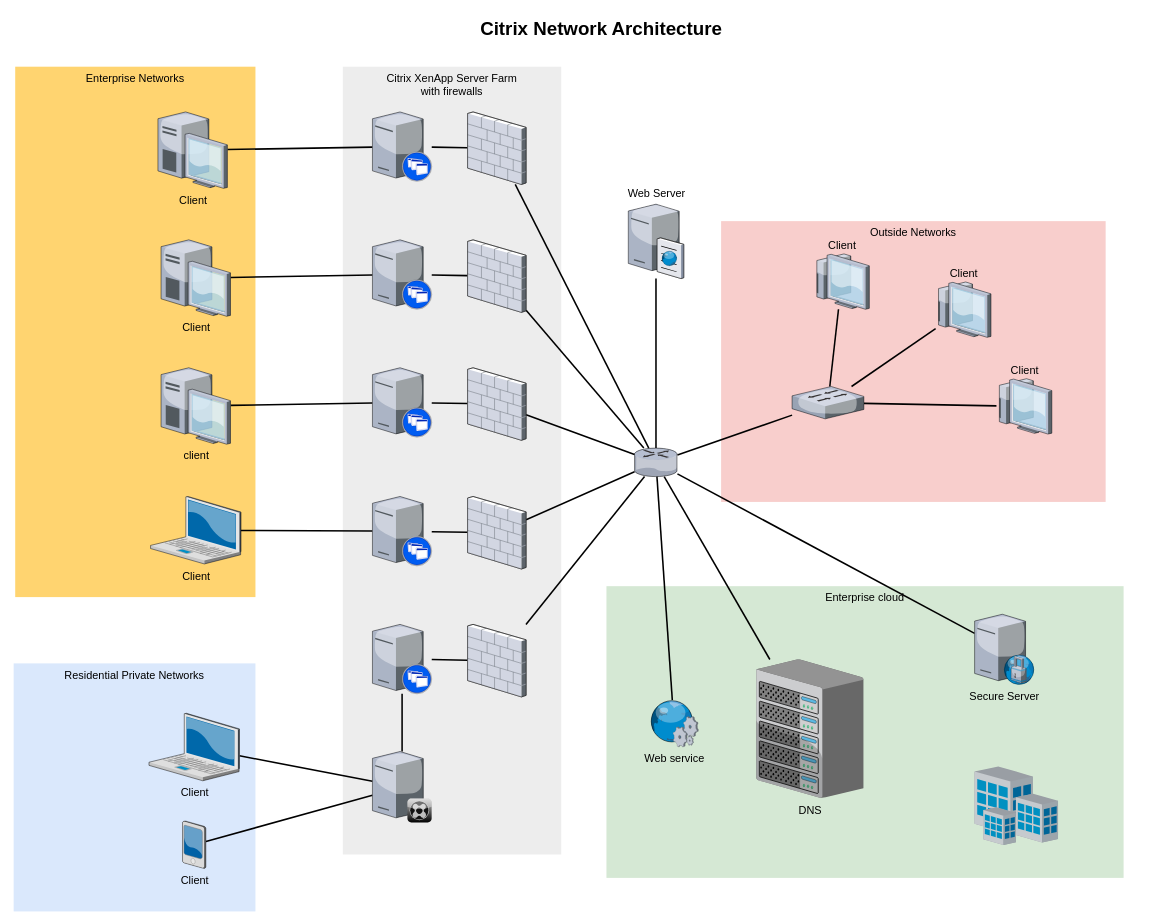
This is Diagrama sem Interatividades.drawio from eloyx3x/Diagramas, a draw.io file, before an edit. Source tidied: cells renumbered, new cells numbered last; positions are measured from the earlier drawing's top-left corner, leaving out a move shared by most shapes. Both pictures are drawn from the tidied source at 78%, with x=0, y=0 at pixel (13, 13).
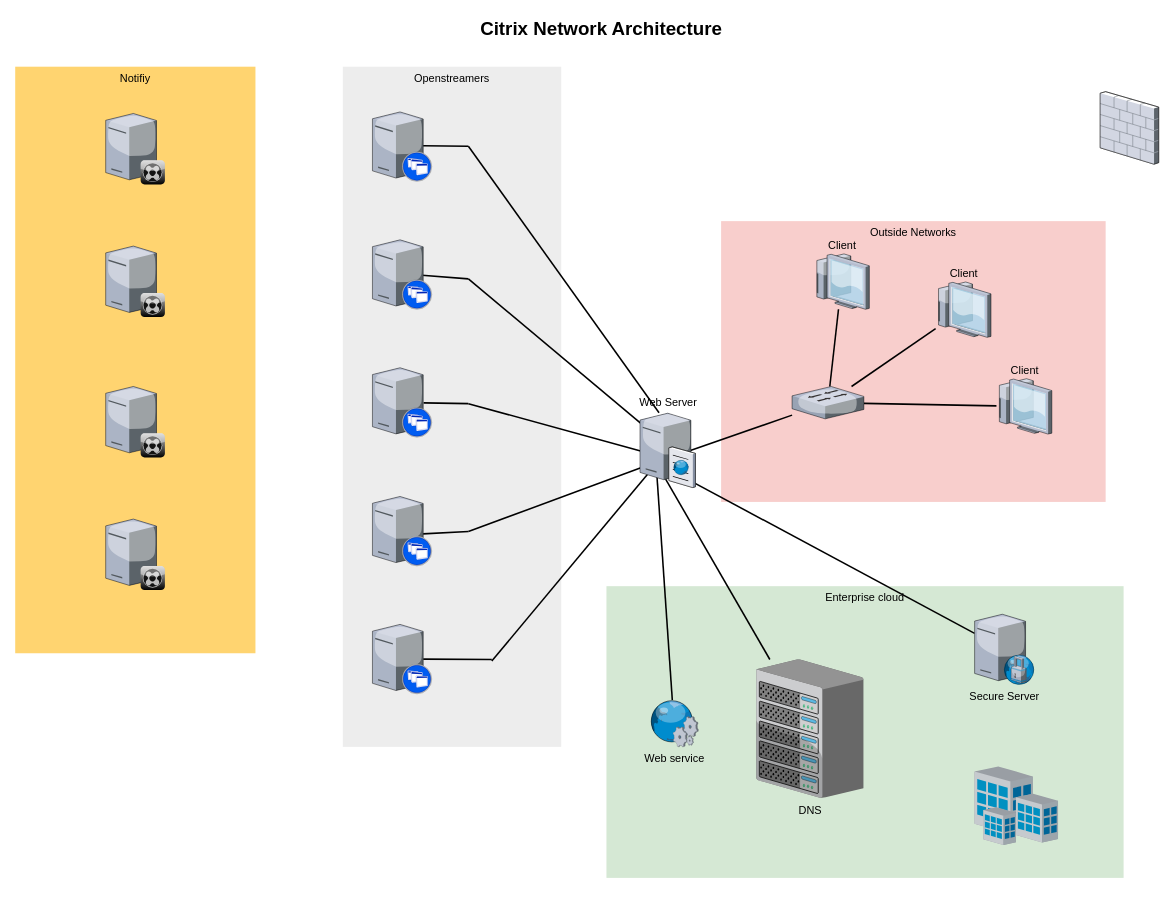
The same diagram, later.

The change refers to these unchanged cells:
```xml
<mxCell id="20" style="verticalLabelPosition=bottom;html=1;verticalAlign=top;strokeColor=none;shape=mxgraph.citrix.xenapp_server;fillColor=#66B2FF;gradientColor=#0066CC;fontSize=14;" parent="1" vertex="1">
  <mxGeometry x="460" y="783" width="76" height="89" as="geometry" />
</mxCell>
<mxCell id="22" style="verticalLabelPosition=bottom;html=1;verticalAlign=top;strokeColor=none;shape=mxgraph.citrix.xenapp_server;fillColor=#66B2FF;gradientColor=#0066CC;fontSize=14;" parent="1" vertex="1">
  <mxGeometry x="460" y="619" width="76" height="89" as="geometry" />
</mxCell>
<mxCell id="24" style="verticalLabelPosition=bottom;html=1;verticalAlign=top;strokeColor=none;shape=mxgraph.citrix.xenapp_server;fillColor=#66B2FF;gradientColor=#0066CC;fontSize=14;" parent="1" vertex="1">
  <mxGeometry x="460" y="454" width="76" height="89" as="geometry" />
</mxCell>
<mxCell id="26" style="verticalLabelPosition=bottom;html=1;verticalAlign=top;strokeColor=none;shape=mxgraph.citrix.xenapp_server;fillColor=#66B2FF;gradientColor=#0066CC;fontSize=14;" parent="1" vertex="1">
  <mxGeometry x="460" y="290" width="76" height="89" as="geometry" />
</mxCell>
<mxCell id="28" style="verticalLabelPosition=bottom;html=1;verticalAlign=top;strokeColor=none;shape=mxgraph.citrix.xenapp_server;fillColor=#66B2FF;gradientColor=#0066CC;fontSize=14;" parent="1" vertex="1">
  <mxGeometry x="460" y="126" width="76" height="89" as="geometry" />
</mxCell>
<mxCell id="37" value="DNS" style="verticalLabelPosition=bottom;html=1;verticalAlign=top;strokeColor=none;shape=mxgraph.citrix.chassis;fillColor=#66B2FF;gradientColor=#0066CC;fontSize=14;" parent="1" vertex="1">
  <mxGeometry x="952" y="828" width="137.5" height="177.5" as="geometry" />
</mxCell>
<mxCell id="48" value="Secure Server" style="verticalLabelPosition=bottom;html=1;verticalAlign=top;strokeColor=none;shape=mxgraph.citrix.proxy_server;fillColor=#66B2FF;gradientColor=#0066CC;fontSize=14;" parent="1" vertex="1">
  <mxGeometry x="1232" y="770" width="76.5" height="90" as="geometry" />
</mxCell>
<mxCell id="52" style="verticalLabelPosition=bottom;html=1;verticalAlign=top;strokeColor=none;shape=mxgraph.citrix.switch;fillColor=#66B2FF;gradientColor=#0066CC;fontSize=14;" parent="1" vertex="1">
  <mxGeometry x="998" y="478" width="92" height="41.5" as="geometry" />
</mxCell>
<mxCell id="57" value="Web service" style="verticalLabelPosition=bottom;html=1;verticalAlign=top;strokeColor=none;shape=mxgraph.citrix.web_service;fillColor=#66B2FF;gradientColor=#0066CC;fontSize=14;" parent="1" vertex="1">
  <mxGeometry x="815" y="880" width="63" height="60" as="geometry" />
</mxCell>
```

Change to the diagram source:
```diff
@@
-    <mxCell id="4" value="Citrix XenApp Server Farm&lt;div&gt;with firewalls&lt;/div&gt;" style="whiteSpace=wrap;html=1;fillColor=#EDEDED;fontSize=14;strokeColor=none;verticalAlign=top;" parent="1" vertex="1">
-      <mxGeometry x="422" y="68" width="280" height="1010" as="geometry" />
+    <mxCell id="4" value="Openstreamers" style="whiteSpace=wrap;html=1;fillColor=#EDEDED;fontSize=14;strokeColor=none;verticalAlign=top;" parent="1" vertex="1">
+      <mxGeometry x="422" y="68" width="280" height="872" as="geometry" />
     </mxCell>
-    <mxCell id="5" value="Residential Private Networks" style="whiteSpace=wrap;html=1;fillColor=#dae8fc;fontSize=14;strokeColor=none;verticalAlign=top;" parent="1" vertex="1">
-      <mxGeometry y="833" width="310" height="318" as="geometry" />
-    </mxCell>
-    <mxCell id="6" value="Enterprise Networks" style="whiteSpace=wrap;html=1;fillColor=#FFD470;gradientColor=none;fontSize=14;strokeColor=none;verticalAlign=top;" parent="1" vertex="1">
-      <mxGeometry x="2" y="68" width="308" height="680" as="geometry" />
+    <mxCell id="6" value="Notifiy" style="whiteSpace=wrap;html=1;fillColor=#FFD470;gradientColor=none;fontSize=14;strokeColor=none;verticalAlign=top;" parent="1" vertex="1">
+      <mxGeometry x="2" y="68" width="308" height="752" as="geometry" />
     </mxCell>
-    <mxCell id="7" style="edgeStyle=none;rounded=0;html=1;startSize=10;endSize=10;jettySize=auto;fontSize=14;endArrow=none;endFill=0;strokeWidth=2;" parent="1" edge="1" source="8" target="35">
-      <mxGeometry relative="1" as="geometry" />
-    </mxCell>
-    <mxCell id="8" value="Client" style="verticalLabelPosition=bottom;html=1;verticalAlign=top;strokeColor=none;shape=mxgraph.citrix.laptop_2;fillColor=#66B2FF;gradientColor=#0066CC;fontSize=14;" parent="1" vertex="1">
-      <mxGeometry x="173.5" y="897" width="116" height="86.5" as="geometry" />
-    </mxCell>
-    <mxCell id="9" style="edgeStyle=none;rounded=0;html=1;startSize=10;endSize=10;jettySize=auto;fontSize=14;endArrow=none;endFill=0;strokeWidth=2;" parent="1" edge="1" source="10" target="22">
-      <mxGeometry relative="1" as="geometry" />
-    </mxCell>
-    <mxCell id="10" value="Client" style="verticalLabelPosition=bottom;html=1;verticalAlign=top;strokeColor=none;shape=mxgraph.citrix.laptop_2;fillColor=#66B2FF;gradientColor=#0066CC;fontSize=14;" parent="1" vertex="1">
-      <mxGeometry x="175.5" y="619" width="116" height="86.5" as="geometry" />
-    </mxCell>
-    <mxCell id="11" style="edgeStyle=none;rounded=0;html=1;startSize=10;endSize=10;jettySize=auto;fontSize=14;endArrow=none;endFill=0;strokeWidth=2;" parent="1" edge="1" source="12" target="24">
-      <mxGeometry relative="1" as="geometry" />
-    </mxCell>
-    <mxCell id="12" value="client" style="verticalLabelPosition=bottom;html=1;verticalAlign=top;strokeColor=none;shape=mxgraph.citrix.desktop;fillColor=#66B2FF;gradientColor=#0066CC;fontSize=14;" parent="1" vertex="1">
-      <mxGeometry x="189" y="454" width="89" height="98" as="geometry" />
-    </mxCell>
-    <mxCell id="13" style="edgeStyle=none;rounded=0;html=1;startSize=10;endSize=10;jettySize=auto;fontSize=14;endArrow=none;endFill=0;strokeWidth=2;" parent="1" edge="1" source="14" target="26">
-      <mxGeometry relative="1" as="geometry" />
-    </mxCell>
-    <mxCell id="14" value="Client" style="verticalLabelPosition=bottom;html=1;verticalAlign=top;strokeColor=none;shape=mxgraph.citrix.desktop;fillColor=#66B2FF;gradientColor=#0066CC;fontSize=14;" parent="1" vertex="1">
-      <mxGeometry x="189" y="290" width="89" height="98" as="geometry" />
-    </mxCell>
-    <mxCell id="15" style="edgeStyle=none;rounded=0;html=1;startSize=10;endSize=10;jettySize=auto;fontSize=14;endArrow=none;endFill=0;strokeWidth=2;" parent="1" edge="1" source="16" target="28">
-      <mxGeometry relative="1" as="geometry" />
-    </mxCell>
-    <mxCell id="16" value="Client" style="verticalLabelPosition=bottom;html=1;verticalAlign=top;strokeColor=none;shape=mxgraph.citrix.desktop;fillColor=#66B2FF;gradientColor=#0066CC;fontSize=14;" parent="1" vertex="1">
-      <mxGeometry x="185" y="126" width="89" height="98" as="geometry" />
-    </mxCell>
-    <mxCell id="17" style="edgeStyle=none;rounded=0;html=1;startSize=10;endSize=10;jettySize=auto;fontSize=14;endArrow=none;endFill=0;strokeWidth=2;" parent="1" edge="1" source="18" target="35">
-      <mxGeometry relative="1" as="geometry" />
-    </mxCell>
-    <mxCell id="18" value="Client" style="verticalLabelPosition=bottom;html=1;verticalAlign=top;strokeColor=none;shape=mxgraph.citrix.pda;fillColor=#66B2FF;gradientColor=#0066CC;fontSize=14;" parent="1" vertex="1">
-      <mxGeometry x="216.5" y="1035" width="30" height="61" as="geometry" />
-    </mxCell>
-    <mxCell id="19" style="edgeStyle=none;rounded=0;html=1;startSize=10;endSize=10;jettySize=auto;fontSize=14;endArrow=none;endFill=0;strokeWidth=2;" parent="1" edge="1" source="20" target="47">
-      <mxGeometry relative="1" as="geometry" />
+    <mxCell id="19" style="edgeStyle=none;rounded=0;html=1;startSize=10;endSize=10;jettySize=auto;fontSize=14;endArrow=none;endFill=0;strokeWidth=2;exitX=0.855;exitY=0.5;exitDx=0;exitDy=0;exitPerimeter=0;" parent="1" edge="1" source="20">
+      <mxGeometry relative="1" as="geometry">
+        <mxPoint x="613" y="828" as="targetPoint" />
+        <Array as="points">
+          <mxPoint x="613" y="828" />
+        </Array>
+      </mxGeometry>
     </mxCell>
@@
-    <mxCell id="21" style="edgeStyle=none;rounded=0;html=1;startSize=10;endSize=10;jettySize=auto;fontSize=14;endArrow=none;endFill=0;strokeWidth=2;" parent="1" edge="1" source="22" target="45">
-      <mxGeometry relative="1" as="geometry" />
+    <mxCell id="21" style="edgeStyle=none;rounded=0;html=1;startSize=10;endSize=10;jettySize=auto;fontSize=14;endArrow=none;endFill=0;strokeWidth=2;exitX=0.849;exitY=0.539;exitDx=0;exitDy=0;exitPerimeter=0;" parent="1" edge="1" source="22">
+      <mxGeometry relative="1" as="geometry">
+        <mxPoint x="583" y="664" as="targetPoint" />
+      </mxGeometry>
     </mxCell>
@@
-    <mxCell id="23" style="edgeStyle=none;rounded=0;html=1;startSize=10;endSize=10;jettySize=auto;fontSize=14;endArrow=none;endFill=0;strokeWidth=2;" parent="1" edge="1" source="24" target="43">
-      <mxGeometry relative="1" as="geometry" />
+    <mxCell id="23" style="edgeStyle=none;rounded=0;html=1;startSize=10;endSize=10;jettySize=auto;fontSize=14;endArrow=none;endFill=0;strokeWidth=2;exitX=0.862;exitY=0.506;exitDx=0;exitDy=0;exitPerimeter=0;" parent="1" edge="1" source="24">
+      <mxGeometry relative="1" as="geometry">
+        <mxPoint x="583" y="500" as="targetPoint" />
+      </mxGeometry>
     </mxCell>
@@
-    <mxCell id="25" style="edgeStyle=none;rounded=0;html=1;startSize=10;endSize=10;jettySize=auto;fontSize=14;endArrow=none;endFill=0;strokeWidth=2;" parent="1" edge="1" source="26" target="41">
-      <mxGeometry relative="1" as="geometry" />
+    <mxCell id="25" style="edgeStyle=none;rounded=0;html=1;startSize=10;endSize=10;jettySize=auto;fontSize=14;endArrow=none;endFill=0;strokeWidth=2;exitX=0.836;exitY=0.511;exitDx=0;exitDy=0;exitPerimeter=0;" parent="1" edge="1" source="26">
+      <mxGeometry relative="1" as="geometry">
+        <mxPoint x="583" y="340" as="targetPoint" />
+      </mxGeometry>
     </mxCell>
@@
-    <mxCell id="27" style="edgeStyle=none;rounded=0;html=1;startSize=10;endSize=10;jettySize=auto;fontSize=14;endArrow=none;endFill=0;strokeWidth=2;" parent="1" edge="1" source="28" target="39">
-      <mxGeometry relative="1" as="geometry" />
+    <mxCell id="27" style="edgeStyle=none;rounded=0;html=1;startSize=10;endSize=10;jettySize=auto;fontSize=14;endArrow=none;endFill=0;strokeWidth=2;exitX=0.846;exitY=0.486;exitDx=0;exitDy=0;exitPerimeter=0;" parent="1" edge="1" source="28">
+      <mxGeometry relative="1" as="geometry">
+        <mxPoint x="583" y="170" as="targetPoint" />
+      </mxGeometry>
     </mxCell>
@@
-    <mxCell id="29" style="edgeStyle=none;rounded=0;html=1;startSize=10;endSize=10;jettySize=auto;fontSize=14;endArrow=none;endFill=0;strokeWidth=2;" parent="1" edge="1" source="33" target="37">
-      <mxGeometry relative="1" as="geometry" />
+    <mxCell id="29" style="edgeStyle=none;rounded=0;html=1;startSize=10;endSize=10;jettySize=auto;fontSize=14;endArrow=none;endFill=0;strokeWidth=2;" parent="1" edge="1" target="37">
+      <mxGeometry relative="1" as="geometry">
+        <mxPoint x="834" y="593.5" as="sourcePoint" />
+      </mxGeometry>
     </mxCell>
-    <mxCell id="30" style="edgeStyle=none;rounded=0;html=1;startSize=10;endSize=10;jettySize=auto;fontSize=14;endArrow=none;endFill=0;strokeWidth=2;" parent="1" edge="1" source="33" target="36">
-      <mxGeometry relative="1" as="geometry" />
+    <mxCell id="30" style="edgeStyle=none;rounded=0;html=1;startSize=10;endSize=10;jettySize=auto;fontSize=14;endArrow=none;endFill=0;strokeWidth=2;" parent="1" edge="1" target="36">
+      <mxGeometry relative="1" as="geometry">
+        <mxPoint x="823.5" y="557" as="sourcePoint" />
+      </mxGeometry>
     </mxCell>
-    <mxCell id="31" style="edgeStyle=none;rounded=0;html=1;startSize=10;endSize=10;jettySize=auto;fontSize=14;endArrow=none;endFill=0;strokeWidth=2;" parent="1" edge="1" source="33" target="52">
-      <mxGeometry relative="1" as="geometry" />
+    <mxCell id="31" style="edgeStyle=none;rounded=0;html=1;startSize=10;endSize=10;jettySize=auto;fontSize=14;endArrow=none;endFill=0;strokeWidth=2;" parent="1" edge="1" target="52">
+      <mxGeometry relative="1" as="geometry">
+        <mxPoint x="851" y="565.7" as="sourcePoint" />
+      </mxGeometry>
     </mxCell>
-    <mxCell id="32" style="edgeStyle=none;rounded=0;html=1;startSize=10;endSize=10;jettySize=auto;fontSize=14;endArrow=none;endFill=0;strokeWidth=2;" parent="1" edge="1" source="33" target="48">
-      <mxGeometry relative="1" as="geometry" />
+    <mxCell id="32" style="edgeStyle=none;rounded=0;html=1;startSize=10;endSize=10;jettySize=auto;fontSize=14;endArrow=none;endFill=0;strokeWidth=2;" parent="1" edge="1" target="48">
+      <mxGeometry relative="1" as="geometry">
+        <mxPoint x="851" y="590" as="sourcePoint" />
+      </mxGeometry>
     </mxCell>
-    <mxCell id="33" style="verticalLabelPosition=bottom;html=1;verticalAlign=top;strokeColor=none;shape=mxgraph.citrix.router;fillColor=#66B2FF;gradientColor=#0066CC;fontSize=14;" parent="1" vertex="1">
-      <mxGeometry x="796" y="557" width="55" height="36.5" as="geometry" />
-    </mxCell>
-    <mxCell id="34" style="edgeStyle=none;rounded=0;html=1;startSize=10;endSize=10;jettySize=auto;fontSize=14;endArrow=none;endFill=0;strokeWidth=2;" parent="1" edge="1" source="35" target="20">
-      <mxGeometry relative="1" as="geometry" />
-    </mxCell>
-    <mxCell id="35" style="verticalLabelPosition=bottom;html=1;verticalAlign=top;strokeColor=none;shape=mxgraph.citrix.xenclient_synchronizer;fillColor=#CCCCCC;gradientColor=#000000;gradientDirection=south;fontSize=14;" parent="1" vertex="1">
-      <mxGeometry x="460" y="946" width="76" height="91" as="geometry" />
-    </mxCell>
-    <mxCell id="36" value="Web Server" style="verticalLabelPosition=top;html=1;verticalAlign=bottom;strokeColor=none;shape=mxgraph.citrix.cache_server;fillColor=#66B2FF;gradientColor=#0066CC;fontSize=14;labelPosition=center;align=center;" parent="1" vertex="1">
-      <mxGeometry x="788" y="242" width="71" height="97.5" as="geometry" />
-    </mxCell>
@@
-    <mxCell id="38" style="edgeStyle=none;rounded=0;html=1;startSize=10;endSize=10;jettySize=auto;fontSize=14;endArrow=none;endFill=0;strokeWidth=2;" parent="1" edge="1" source="39" target="33">
-      <mxGeometry relative="1" as="geometry" />
+    <mxCell id="38" style="edgeStyle=none;rounded=0;html=1;startSize=10;endSize=10;jettySize=auto;fontSize=14;endArrow=none;endFill=0;strokeWidth=2;" parent="1" edge="1" source="36">
+      <mxGeometry relative="1" as="geometry">
+        <mxPoint x="814.3" y="557" as="targetPoint" />
+      </mxGeometry>
     </mxCell>
-    <mxCell id="39" style="verticalLabelPosition=bottom;html=1;verticalAlign=top;strokeColor=none;shape=mxgraph.citrix.firewall;fillColor=#66B2FF;gradientColor=#0066CC;fontSize=14;" parent="1" vertex="1">
-      <mxGeometry x="582" y="126" width="75" height="93" as="geometry" />
-    </mxCell>
-    <mxCell id="40" style="edgeStyle=none;rounded=0;html=1;startSize=10;endSize=10;jettySize=auto;fontSize=14;endArrow=none;endFill=0;strokeWidth=2;" parent="1" edge="1" source="41" target="33">
-      <mxGeometry relative="1" as="geometry" />
+    <mxCell id="40" style="edgeStyle=none;rounded=0;html=1;startSize=10;endSize=10;jettySize=auto;fontSize=14;endArrow=none;endFill=0;strokeWidth=2;entryX=0.042;entryY=0.174;entryDx=0;entryDy=0;entryPerimeter=0;" parent="1" edge="1" target="36">
+      <mxGeometry relative="1" as="geometry">
+        <mxPoint x="583" y="340" as="sourcePoint" />
+      </mxGeometry>
     </mxCell>
-    <mxCell id="41" style="verticalLabelPosition=bottom;html=1;verticalAlign=top;strokeColor=none;shape=mxgraph.citrix.firewall;fillColor=#66B2FF;gradientColor=#0066CC;fontSize=14;" parent="1" vertex="1">
-      <mxGeometry x="582" y="290" width="75" height="93" as="geometry" />
-    </mxCell>
-    <mxCell id="42" style="edgeStyle=none;rounded=0;html=1;startSize=10;endSize=10;jettySize=auto;fontSize=14;endArrow=none;endFill=0;strokeWidth=2;" parent="1" edge="1" source="43" target="33">
-      <mxGeometry relative="1" as="geometry" />
+    <mxCell id="42" style="edgeStyle=none;rounded=0;html=1;startSize=10;endSize=10;jettySize=auto;fontSize=14;endArrow=none;endFill=0;strokeWidth=2;entryX=0.028;entryY=0.523;entryDx=0;entryDy=0;entryPerimeter=0;" parent="1" edge="1" target="36">
+      <mxGeometry relative="1" as="geometry">
+        <mxPoint x="583" y="500" as="sourcePoint" />
+      </mxGeometry>
     </mxCell>
-    <mxCell id="43" style="verticalLabelPosition=bottom;html=1;verticalAlign=top;strokeColor=none;shape=mxgraph.citrix.firewall;fillColor=#66B2FF;gradientColor=#0066CC;fontSize=14;" parent="1" vertex="1">
-      <mxGeometry x="582" y="454" width="75" height="93" as="geometry" />
-    </mxCell>
-    <mxCell id="44" style="edgeStyle=none;rounded=0;html=1;startSize=10;endSize=10;jettySize=auto;fontSize=14;endArrow=none;endFill=0;strokeWidth=2;" parent="1" edge="1" source="45" target="33">
-      <mxGeometry relative="1" as="geometry" />
+    <mxCell id="44" style="edgeStyle=none;rounded=0;html=1;startSize=10;endSize=10;jettySize=auto;fontSize=14;endArrow=none;endFill=0;strokeWidth=2;entryX=0.028;entryY=0.738;entryDx=0;entryDy=0;entryPerimeter=0;" parent="1" edge="1" target="36">
+      <mxGeometry relative="1" as="geometry">
+        <mxPoint x="583" y="664" as="sourcePoint" />
+      </mxGeometry>
     </mxCell>
-    <mxCell id="45" style="verticalLabelPosition=bottom;html=1;verticalAlign=top;strokeColor=none;shape=mxgraph.citrix.firewall;fillColor=#66B2FF;gradientColor=#0066CC;fontSize=14;" parent="1" vertex="1">
-      <mxGeometry x="582" y="619" width="75" height="93" as="geometry" />
-    </mxCell>
-    <mxCell id="46" style="edgeStyle=none;rounded=0;html=1;startSize=10;endSize=10;jettySize=auto;fontSize=14;endArrow=none;endFill=0;strokeWidth=2;" parent="1" edge="1" source="47" target="33">
-      <mxGeometry relative="1" as="geometry" />
+    <mxCell id="46" style="edgeStyle=none;rounded=0;html=1;startSize=10;endSize=10;jettySize=auto;fontSize=14;endArrow=none;endFill=0;strokeWidth=2;entryX=0.141;entryY=0.821;entryDx=0;entryDy=0;entryPerimeter=0;" parent="1" edge="1" target="36">
+      <mxGeometry relative="1" as="geometry">
+        <mxPoint x="613" y="830" as="sourcePoint" />
+      </mxGeometry>
     </mxCell>
-    <mxCell id="47" style="verticalLabelPosition=bottom;html=1;verticalAlign=top;strokeColor=none;shape=mxgraph.citrix.firewall;fillColor=#66B2FF;gradientColor=#0066CC;fontSize=14;" parent="1" vertex="1">
-      <mxGeometry x="582" y="783" width="75" height="93" as="geometry" />
-    </mxCell>
@@
-    <mxCell id="56" style="edgeStyle=none;rounded=0;html=1;startSize=10;endSize=10;jettySize=auto;fontSize=14;endArrow=none;endFill=0;strokeWidth=2;" parent="1" edge="1" source="57" target="33">
-      <mxGeometry relative="1" as="geometry" />
+    <mxCell id="56" style="edgeStyle=none;rounded=0;html=1;startSize=10;endSize=10;jettySize=auto;fontSize=14;endArrow=none;endFill=0;strokeWidth=2;" parent="1" edge="1" source="57">
+      <mxGeometry relative="1" as="geometry">
+        <mxPoint x="824.8" y="593.5" as="targetPoint" />
+      </mxGeometry>
     </mxCell>
@@
+    <mxCell id="60" style="verticalLabelPosition=bottom;html=1;verticalAlign=top;strokeColor=none;shape=mxgraph.citrix.xenclient_synchronizer;fillColor=#CCCCCC;gradientColor=#000000;gradientDirection=south;fontSize=14;" parent="1" vertex="1">
+      <mxGeometry x="118" y="128" width="76" height="91" as="geometry" />
+    </mxCell>
+    <mxCell id="61" style="verticalLabelPosition=bottom;html=1;verticalAlign=top;strokeColor=none;shape=mxgraph.citrix.xenclient_synchronizer;fillColor=#CCCCCC;gradientColor=#000000;gradientDirection=south;fontSize=14;" parent="1" vertex="1">
+      <mxGeometry x="118" y="298" width="76" height="91" as="geometry" />
+    </mxCell>
+    <mxCell id="62" style="verticalLabelPosition=bottom;html=1;verticalAlign=top;strokeColor=none;shape=mxgraph.citrix.xenclient_synchronizer;fillColor=#CCCCCC;gradientColor=#000000;gradientDirection=south;fontSize=14;" parent="1" vertex="1">
+      <mxGeometry x="118" y="478" width="76" height="91" as="geometry" />
+    </mxCell>
+    <mxCell id="63" style="verticalLabelPosition=bottom;html=1;verticalAlign=top;strokeColor=none;shape=mxgraph.citrix.xenclient_synchronizer;fillColor=#CCCCCC;gradientColor=#000000;gradientDirection=south;fontSize=14;" parent="1" vertex="1">
+      <mxGeometry x="118" y="648" width="76" height="91" as="geometry" />
+    </mxCell>
+    <mxCell id="64" style="verticalLabelPosition=bottom;html=1;verticalAlign=top;strokeColor=none;shape=mxgraph.citrix.firewall;fillColor=#66B2FF;gradientColor=#0066CC;fontSize=14;" parent="1" vertex="1">
+      <mxGeometry x="1393" y="100" width="75" height="93" as="geometry" />
+    </mxCell>
+    <mxCell id="65" style="edgeStyle=none;rounded=0;html=1;startSize=10;endSize=10;jettySize=auto;fontSize=14;endArrow=none;endFill=0;strokeWidth=2;entryX=0.344;entryY=0.018;entryDx=0;entryDy=0;entryPerimeter=0;" parent="1" edge="1" target="36">
+      <mxGeometry relative="1" as="geometry">
+        <mxPoint x="583" y="170" as="sourcePoint" />
+      </mxGeometry>
+    </mxCell>
+    <mxCell id="36" value="Web Server" style="verticalLabelPosition=top;html=1;verticalAlign=bottom;strokeColor=none;shape=mxgraph.citrix.cache_server;fillColor=#66B2FF;gradientColor=#0066CC;fontSize=14;labelPosition=center;align=center;" parent="1" vertex="1">
+      <mxGeometry x="803" y="510" width="71" height="97.5" as="geometry" />
+    </mxCell>
```
